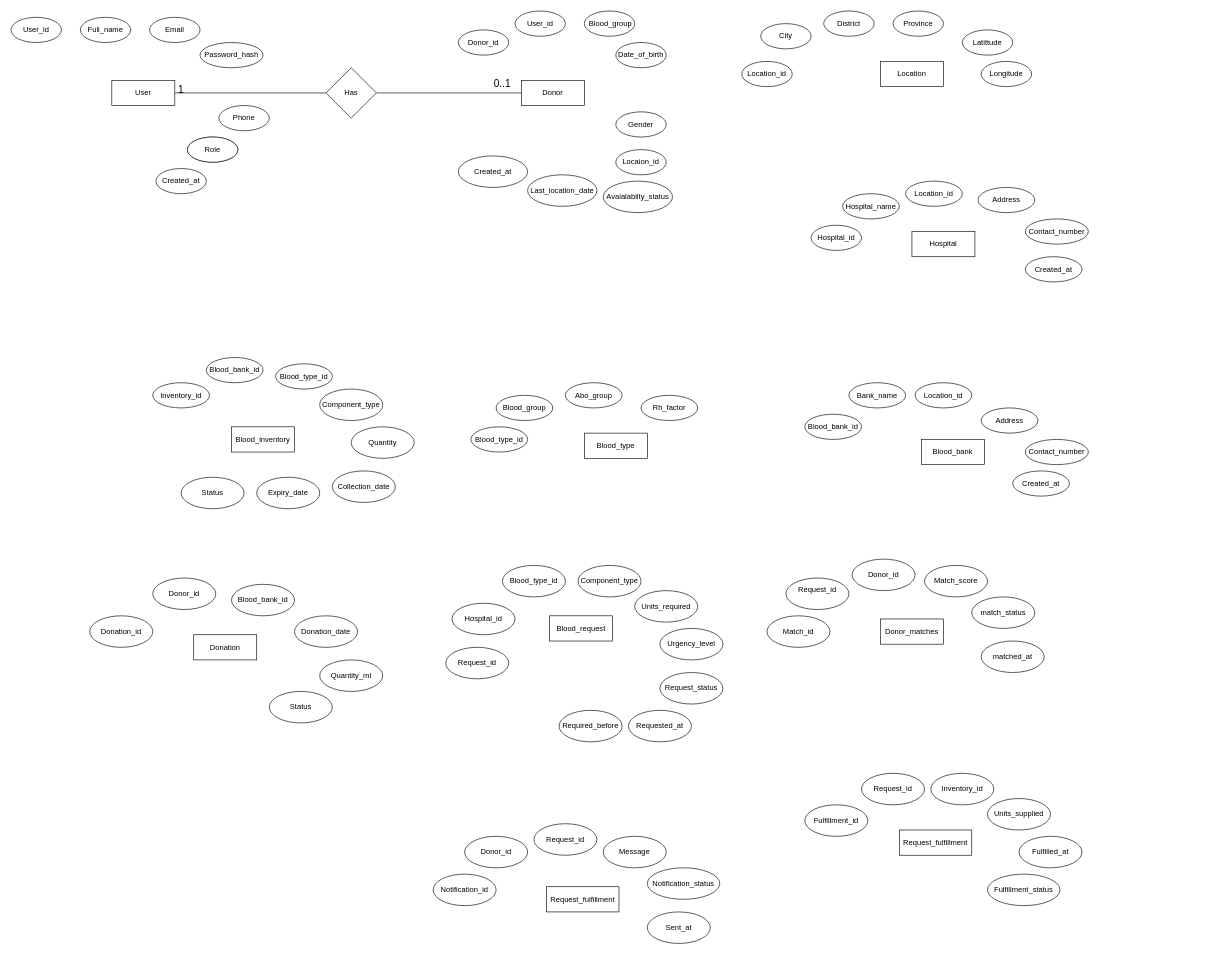
Above: adbms.drawio in akalanka001/Uni_Works (draw.io), before the change. Source tidied: cells renumbered, new cells numbered last; positions are measured from the earlier drawing's top-left corner, leaving out a move shared by most shapes. Both pictures are drawn from the tidied source at 63%, with x=0, y=0 at pixel (11, 11).
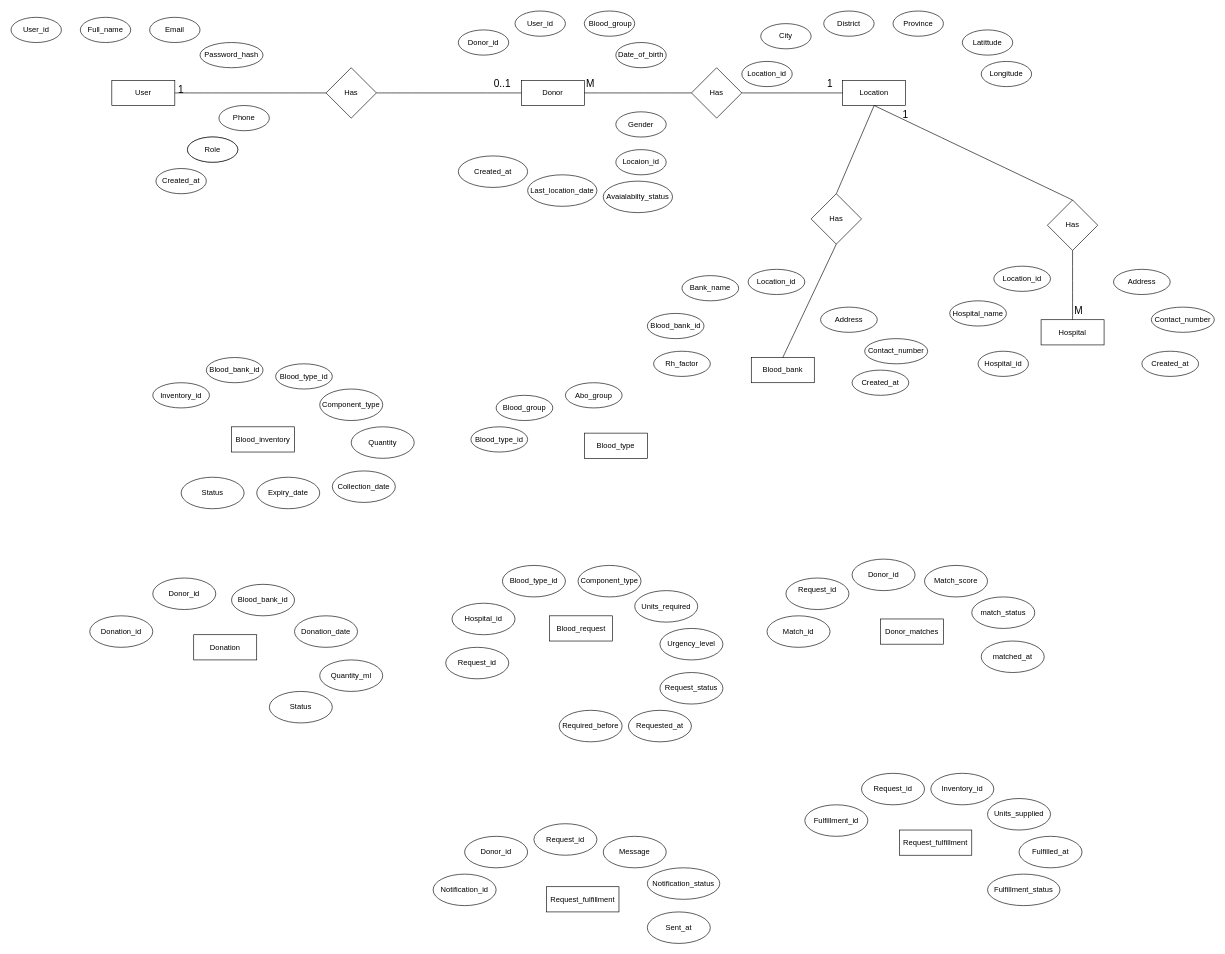
The same diagram, later.

The change refers to these unchanged cells:
```xml
<mxCell id="11" value="Donor" style="rounded=0;whiteSpace=wrap;html=1;" parent="1" vertex="1">
  <mxGeometry x="810" y="110" width="100" height="40" as="geometry" />
</mxCell>
```

Change to the diagram source:
```diff
@@
     <mxCell id="21" value="Location" style="rounded=0;whiteSpace=wrap;html=1;" parent="1" vertex="1">
-      <mxGeometry x="1380" y="80" width="100" height="40" as="geometry" />
+      <mxGeometry x="1320" y="110" width="100" height="40" as="geometry" />
     </mxCell>
@@
     <mxCell id="28" value="Hospital" style="rounded=0;whiteSpace=wrap;html=1;" parent="1" vertex="1">
-      <mxGeometry x="1430" y="350" width="100" height="40" as="geometry" />
+      <mxGeometry x="1635" y="490" width="100" height="40" as="geometry" />
     </mxCell>
     <mxCell id="29" value="Hospital_id" style="ellipse;whiteSpace=wrap;html=1;shapeInside=1;" parent="1" vertex="1">
-      <mxGeometry x="1270" y="340" width="80" height="40" as="geometry" />
+      <mxGeometry x="1535" y="540" width="80" height="40" as="geometry" />
     </mxCell>
     <mxCell id="30" value="Hospital_name" style="ellipse;whiteSpace=wrap;html=1;shapeInside=1;" parent="1" vertex="1">
-      <mxGeometry x="1320" y="290" width="90" height="40" as="geometry" />
+      <mxGeometry x="1490" y="460" width="90" height="40" as="geometry" />
     </mxCell>
     <mxCell id="31" value="Location_id" style="ellipse;whiteSpace=wrap;html=1;shapeInside=1;" parent="1" vertex="1">
-      <mxGeometry x="1420" y="270" width="90" height="40" as="geometry" />
+      <mxGeometry x="1560" y="405" width="90" height="40" as="geometry" />
     </mxCell>
     <mxCell id="32" value="Address" style="ellipse;whiteSpace=wrap;html=1;shapeInside=1;" parent="1" vertex="1">
-      <mxGeometry x="1535" y="280" width="90" height="40" as="geometry" />
+      <mxGeometry x="1750" y="410" width="90" height="40" as="geometry" />
     </mxCell>
     <mxCell id="33" value="Contact_number" style="ellipse;whiteSpace=wrap;html=1;shapeInside=1;" parent="1" vertex="1">
-      <mxGeometry x="1610" y="330" width="100" height="40" as="geometry" />
+      <mxGeometry x="1810" y="470" width="100" height="40" as="geometry" />
     </mxCell>
     <mxCell id="34" value="Created_at" style="ellipse;whiteSpace=wrap;html=1;shapeInside=1;" parent="1" vertex="1">
-      <mxGeometry x="1610" y="390" width="90" height="40" as="geometry" />
+      <mxGeometry x="1795" y="540" width="90" height="40" as="geometry" />
     </mxCell>
     <mxCell id="35" value="Blood_bank" style="rounded=0;whiteSpace=wrap;html=1;" parent="1" vertex="1">
-      <mxGeometry x="1445" y="680" width="100" height="40" as="geometry" />
+      <mxGeometry x="1175" y="550" width="100" height="40" as="geometry" />
     </mxCell>
     <mxCell id="36" value="Blood_bank_id" style="ellipse;whiteSpace=wrap;html=1;shapeInside=1;" parent="1" vertex="1">
-      <mxGeometry x="1260" y="640" width="90" height="40" as="geometry" />
+      <mxGeometry x="1010" y="480" width="90" height="40" as="geometry" />
     </mxCell>
     <mxCell id="37" value="Bank_name" style="ellipse;whiteSpace=wrap;html=1;shapeInside=1;" parent="1" vertex="1">
-      <mxGeometry x="1330" y="590" width="90" height="40" as="geometry" />
+      <mxGeometry x="1065" y="420" width="90" height="40" as="geometry" />
     </mxCell>
     <mxCell id="38" value="Location_id" style="ellipse;whiteSpace=wrap;html=1;shapeInside=1;" parent="1" vertex="1">
-      <mxGeometry x="1435" y="590" width="90" height="40" as="geometry" />
+      <mxGeometry x="1170" y="410" width="90" height="40" as="geometry" />
     </mxCell>
     <mxCell id="39" value="Address" style="ellipse;whiteSpace=wrap;html=1;shapeInside=1;" parent="1" vertex="1">
-      <mxGeometry x="1540" y="630" width="90" height="40" as="geometry" />
+      <mxGeometry x="1285" y="470" width="90" height="40" as="geometry" />
     </mxCell>
     <mxCell id="40" value="Contact_number" style="ellipse;whiteSpace=wrap;html=1;shapeInside=1;" parent="1" vertex="1">
-      <mxGeometry x="1610" y="680" width="100" height="40" as="geometry" />
+      <mxGeometry x="1355" y="520" width="100" height="40" as="geometry" />
     </mxCell>
     <mxCell id="41" value="Created_at" style="ellipse;whiteSpace=wrap;html=1;shapeInside=1;" parent="1" vertex="1">
-      <mxGeometry x="1590" y="730" width="90" height="40" as="geometry" />
+      <mxGeometry x="1335" y="570" width="90" height="40" as="geometry" />
     </mxCell>
@@
     <mxCell id="46" value="Rh_factor" style="ellipse;whiteSpace=wrap;html=1;shapeInside=1;" parent="1" vertex="1">
-      <mxGeometry x="1000" y="610" width="90" height="40" as="geometry" />
+      <mxGeometry x="1020" y="540" width="90" height="40" as="geometry" />
     </mxCell>
@@
+    <mxCell id="99" style="endArrow=none;html=1;rounded=0;fontSize=12;startSize=8;endSize=8;curved=1;exitX=1;exitY=0.5;exitDx=0;exitDy=0;entryX=0;entryY=0.5;entryDx=0;entryDy=0;" parent="1" edge="1" source="11" target="102">
+      <mxGeometry relative="1" as="geometry" />
+    </mxCell>
+    <mxCell id="100" value="1" style="text;html=1;whiteSpace=wrap;strokeColor=none;fillColor=none;align=center;verticalAlign=middle;rounded=0;fontSize=16;" parent="1" vertex="1">
+      <mxGeometry x="1270" y="100" width="60" height="30" as="geometry" />
+    </mxCell>
+    <mxCell id="101" value="M" style="text;html=1;whiteSpace=wrap;strokeColor=none;fillColor=none;align=center;verticalAlign=middle;rounded=0;fontSize=16;" parent="1" vertex="1">
+      <mxGeometry x="890" y="100" width="60" height="30" as="geometry" />
+    </mxCell>
+    <mxCell id="102" value="Has" style="rhombus;whiteSpace=wrap;html=1;shapeInside=1;" parent="1" vertex="1">
+      <mxGeometry x="1080" y="90" width="80" height="80" as="geometry" />
+    </mxCell>
+    <mxCell id="103" style="endArrow=none;html=1;rounded=0;fontSize=12;startSize=8;endSize=8;curved=1;exitX=1;exitY=0.5;exitDx=0;exitDy=0;entryX=0;entryY=0.5;entryDx=0;entryDy=0;" parent="1" edge="1" source="102" target="21">
+      <mxGeometry relative="1" as="geometry" />
+    </mxCell>
+    <mxCell id="104" value="Has" style="rhombus;whiteSpace=wrap;html=1;shapeInside=1;" parent="1" vertex="1">
+      <mxGeometry x="1645" y="300" width="80" height="80" as="geometry" />
+    </mxCell>
+    <mxCell id="105" style="endArrow=none;html=1;rounded=0;fontSize=12;startSize=8;endSize=8;curved=1;exitX=0.5;exitY=0;exitDx=0;exitDy=0;entryX=0.5;entryY=1;entryDx=0;entryDy=0;" parent="1" edge="1" source="104" target="21">
+      <mxGeometry relative="1" as="geometry" />
+    </mxCell>
+    <mxCell id="106" style="endArrow=none;html=1;rounded=0;fontSize=12;startSize=8;endSize=8;curved=1;exitX=0.5;exitY=0;exitDx=0;exitDy=0;entryX=0.5;entryY=1;entryDx=0;entryDy=0;" parent="1" edge="1" source="28" target="104">
+      <mxGeometry relative="1" as="geometry" />
+    </mxCell>
+    <mxCell id="107" value="M" style="text;html=1;whiteSpace=wrap;strokeColor=none;fillColor=none;align=center;verticalAlign=middle;rounded=0;fontSize=16;" parent="1" vertex="1">
+      <mxGeometry x="1665" y="460" width="60" height="30" as="geometry" />
+    </mxCell>
+    <mxCell id="108" value="Has" style="rhombus;whiteSpace=wrap;html=1;shapeInside=1;" parent="1" vertex="1">
+      <mxGeometry x="1270" y="290" width="80" height="80" as="geometry" />
+    </mxCell>
+    <mxCell id="109" style="endArrow=none;html=1;rounded=0;fontSize=12;startSize=8;endSize=8;curved=1;exitX=0.5;exitY=0;exitDx=0;exitDy=0;entryX=0.5;entryY=1;entryDx=0;entryDy=0;" parent="1" edge="1" source="108" target="21">
+      <mxGeometry relative="1" as="geometry" />
+    </mxCell>
+    <mxCell id="110" value="1" style="text;html=1;whiteSpace=wrap;strokeColor=none;fillColor=none;align=center;verticalAlign=middle;rounded=0;fontSize=16;" parent="1" vertex="1">
+      <mxGeometry x="1390" y="150" width="60" height="30" as="geometry" />
+    </mxCell>
+    <mxCell id="111" style="endArrow=none;html=1;rounded=0;fontSize=12;startSize=8;endSize=8;curved=1;exitX=0.5;exitY=0;exitDx=0;exitDy=0;entryX=0.5;entryY=1;entryDx=0;entryDy=0;" parent="1" edge="1" source="35" target="108">
+      <mxGeometry relative="1" as="geometry" />
+    </mxCell>
```
